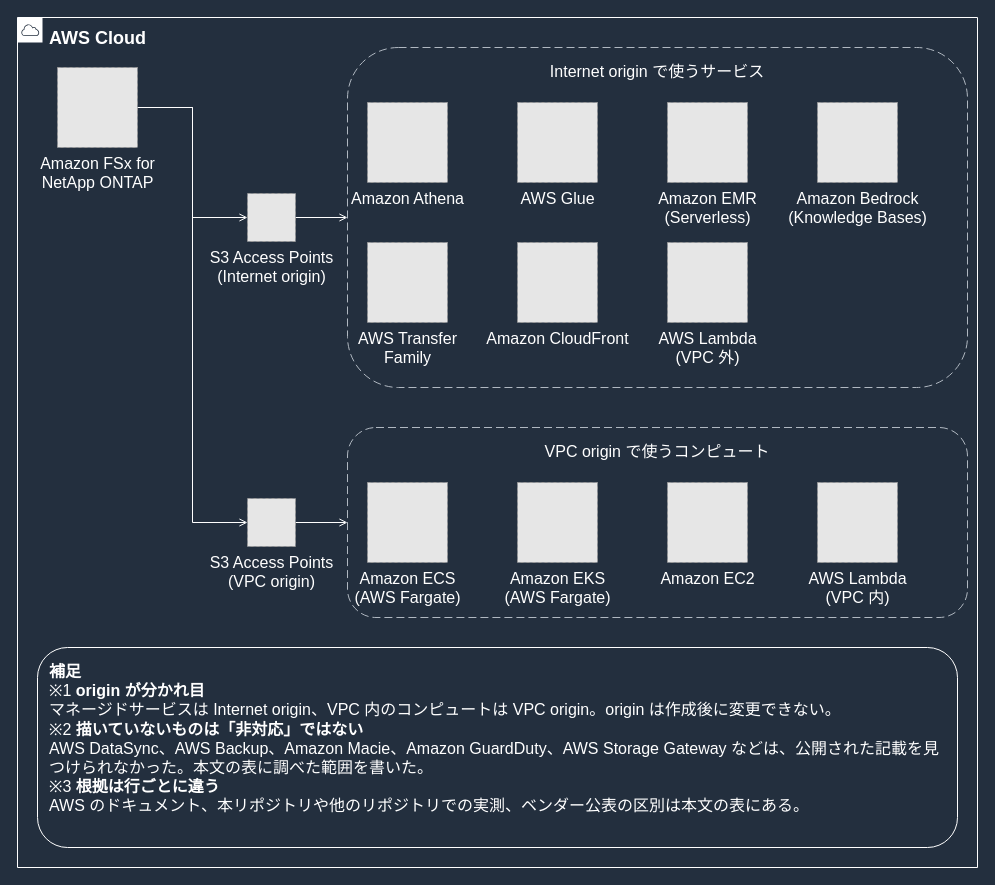
Before: docs/_assets/diagrams/s3ap-consumer-map-dark.drawio in Yoshiki0705/FSx-for-ONTAP-Container-Datastore-Patterns, a draw.io diagram. Source tidied: cells renumbered, new cells numbered last; positions are measured from the earlier drawing's top-left corner, leaving out a move shared by most shapes. Both pictures are drawn from the tidied source at 100%, with x=0, y=0 at pixel (17, 17). Pictures stored in the file or linked from it are replaced by grey dashed boxes.
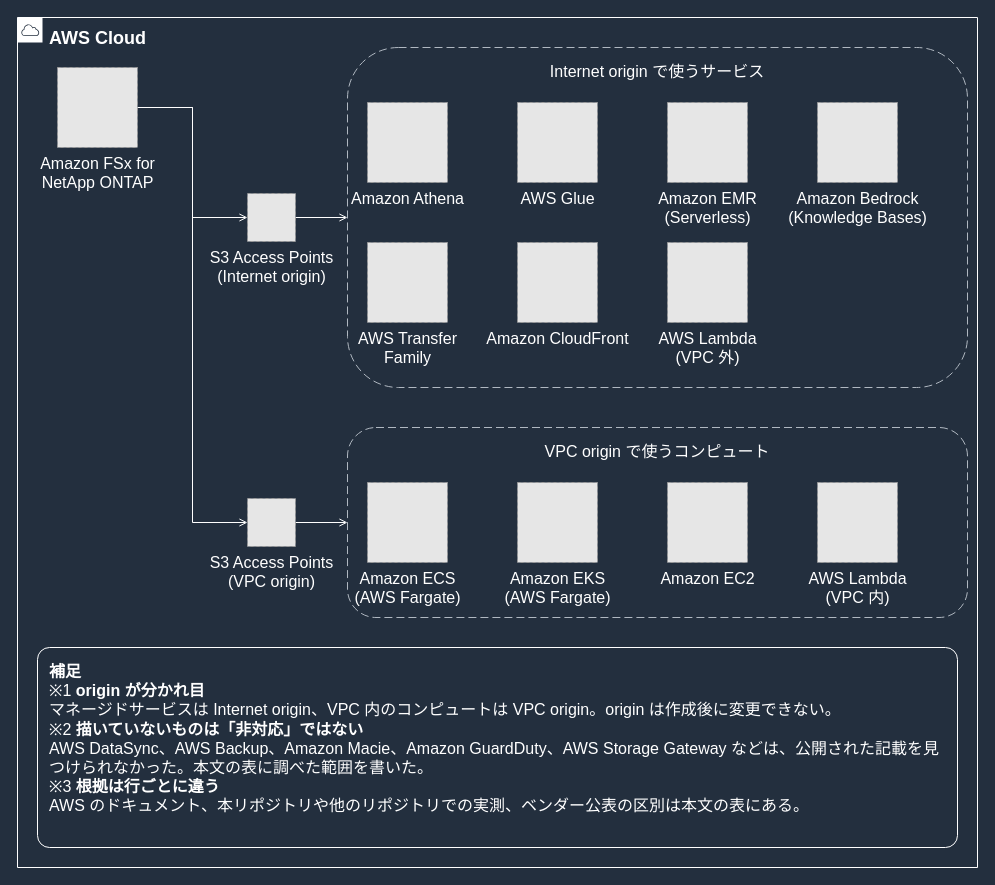
The same page after the edit.

Diff of the diagram source:
```diff
@@
-    <mxCell id="9" value="&lt;b&gt;補足&lt;/b&gt;&lt;br&gt;※1 &lt;b&gt;origin が分かれ目&lt;/b&gt;&lt;br&gt;マネージドサービスは Internet origin、VPC 内のコンピュートは VPC origin。origin は作成後に変更できない。&lt;br&gt;※2 &lt;b&gt;描いていないものは「非対応」ではない&lt;/b&gt;&lt;br&gt;AWS DataSync、AWS Backup、Amazon Macie、Amazon GuardDuty、AWS Storage Gateway などは、公開された記載を見つけられなかった。本文の表に調べた範囲を書いた。&lt;br&gt;※3 &lt;b&gt;根拠は行ごとに違う&lt;/b&gt;&lt;br&gt;AWS のドキュメント、本リポジトリや他のリポジトリでの実測、ベンダー公表の区別は本文の表にある。" style="rounded=1;whiteSpace=wrap;html=1;strokeColor=#FFFFFF;fillColor=none;fontColor=#FFFFFF;fontSize=16;verticalAlign=top;align=left;spacingLeft=10;spacingRight=10;spacingTop=8;" parent="1" vertex="1">
+    <mxCell id="9" value="&lt;b&gt;補足&lt;/b&gt;&lt;br&gt;※1 &lt;b&gt;origin が分かれ目&lt;/b&gt;&lt;br&gt;マネージドサービスは Internet origin、VPC 内のコンピュートは VPC origin。origin は作成後に変更できない。&lt;br&gt;※2 &lt;b&gt;描いていないものは「非対応」ではない&lt;/b&gt;&lt;br&gt;AWS DataSync、AWS Backup、Amazon Macie、Amazon GuardDuty、AWS Storage Gateway などは、公開された記載を見つけられなかった。本文の表に調べた範囲を書いた。&lt;br&gt;※3 &lt;b&gt;根拠は行ごとに違う&lt;/b&gt;&lt;br&gt;AWS のドキュメント、本リポジトリや他のリポジトリでの実測、ベンダー公表の区別は本文の表にある。" style="rounded=1;absoluteArcSize=1;arcSize=24;whiteSpace=wrap;html=1;strokeColor=#FFFFFF;fillColor=none;fontColor=#FFFFFF;fontSize=16;verticalAlign=top;align=left;spacingLeft=10;spacingRight=10;spacingTop=8;" parent="1" vertex="1">
       <mxGeometry x="20" y="630" width="920" height="200" as="geometry" />
     </mxCell>
```
